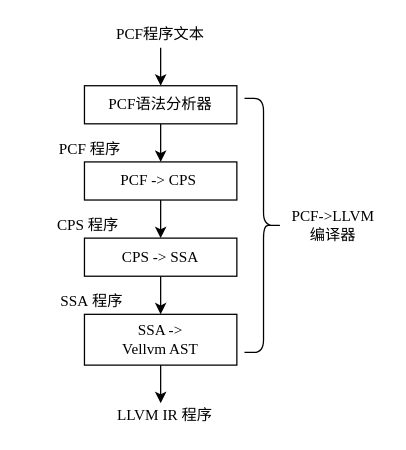
ABigDoge/MyDiagrams keeps this draw.io diagram as llvmfrontbasic.drawio. Above is the earlier version. Source tidied: cells renumbered, new cells numbered last; positions are measured from the earlier drawing's top-left corner, leaving out a move shared by most shapes. Both pictures are drawn from the tidied source at 127%, with x=0, y=0 at pixel (20, 22).
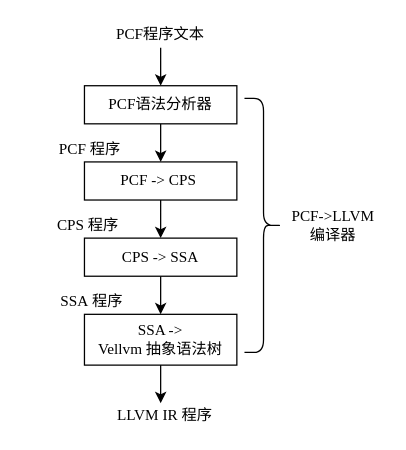
The same diagram, later.

Change to the diagram source:
```diff
@@
 <mxGraphModel>
   <root>
     <mxCell id="0" />
     <mxCell id="1" parent="0" />
     <mxCell id="2" style="edgeStyle=orthogonalEdgeStyle;rounded=0;jettySize=auto;html=1;" parent="1" edge="1" source="3" target="5">
       <mxGeometry relative="1" as="geometry" />
     </mxCell>
     <mxCell id="3" value="&lt;font face=&quot;Times New Roman&quot;&gt;PCF语法分析器&lt;/font&gt;" style="rounded=0;whiteSpace=wrap;html=1;" parent="1" vertex="1">
       <mxGeometry x="50" y="50" width="120" height="30" as="geometry" />
     </mxCell>
     <mxCell id="4" style="edgeStyle=orthogonalEdgeStyle;rounded=0;jettySize=auto;html=1;" parent="1" edge="1" source="5" target="7">
       <mxGeometry relative="1" as="geometry" />
     </mxCell>
     <mxCell id="5" value="&lt;font face=&quot;Times New Roman&quot;&gt;PCF -&amp;gt; CPS&amp;nbsp;&lt;/font&gt;" style="whiteSpace=wrap;html=1;rounded=0;" parent="1" vertex="1">
       <mxGeometry x="50" y="110" width="120" height="30" as="geometry" />
     </mxCell>
     <mxCell id="6" style="edgeStyle=orthogonalEdgeStyle;rounded=0;jettySize=auto;html=1;" parent="1" edge="1" source="7" target="9">
       <mxGeometry relative="1" as="geometry" />
     </mxCell>
     <mxCell id="7" value="&lt;font face=&quot;Times New Roman&quot;&gt;CPS -&amp;gt; SSA&lt;/font&gt;" style="whiteSpace=wrap;html=1;rounded=0;" parent="1" vertex="1">
       <mxGeometry x="50" y="170" width="120" height="30" as="geometry" />
     </mxCell>
     <mxCell id="8" style="edgeStyle=orthogonalEdgeStyle;rounded=0;jettySize=auto;html=1;" parent="1" edge="1" source="9">
       <mxGeometry relative="1" as="geometry">
         <mxPoint x="110" y="300" as="targetPoint" />
       </mxGeometry>
     </mxCell>
-    <mxCell id="9" value="&lt;font face=&quot;Times New Roman&quot;&gt;SSA -&amp;gt; &lt;br&gt;Vellvm AST&lt;/font&gt;" style="whiteSpace=wrap;html=1;rounded=0;" parent="1" vertex="1">
+    <mxCell id="9" value="&lt;font face=&quot;Times New Roman&quot;&gt;SSA -&amp;gt; &lt;br&gt;Vellvm 抽象语法树&lt;/font&gt;" style="whiteSpace=wrap;html=1;rounded=0;" parent="1" vertex="1">
       <mxGeometry x="50" y="230" width="120" height="40" as="geometry" />
     </mxCell>
     <mxCell id="10" style="shape=curlyBracket;whiteSpace=wrap;html=1;rounded=1;flipH=1;" parent="1" vertex="1">
       <mxGeometry x="176" y="60" width="30" height="200" as="geometry" />
     </mxCell>
     <mxCell id="11" value="&lt;font face=&quot;Times New Roman&quot;&gt;PCF-&amp;gt;LLVM&lt;br&gt;编译器&lt;/font&gt;" style="text;html=1;strokeColor=none;fillColor=none;align=center;verticalAlign=middle;whiteSpace=wrap;rounded=0;" parent="1" vertex="1">
       <mxGeometry x="206" y="145" width="80" height="30" as="geometry" />
     </mxCell>
     <mxCell id="12" style="edgeStyle=orthogonalEdgeStyle;rounded=0;jettySize=auto;html=1;" parent="1" edge="1" source="13" target="3">
       <mxGeometry relative="1" as="geometry" />
     </mxCell>
     <mxCell id="13" value="&lt;font face=&quot;Times New Roman&quot;&gt;PCF程序&lt;/font&gt;文本" style="text;html=1;strokeColor=none;fillColor=none;align=center;verticalAlign=middle;whiteSpace=wrap;rounded=0;" parent="1" vertex="1">
       <mxGeometry x="35" width="150" height="20" as="geometry" />
     </mxCell>
     <mxCell id="14" value="&lt;font face=&quot;Times New Roman&quot;&gt;PCF 程序&amp;nbsp;&lt;/font&gt;" style="text;html=1;strokeColor=none;fillColor=none;align=center;verticalAlign=middle;whiteSpace=wrap;rounded=0;" parent="1" vertex="1">
       <mxGeometry x="22.8" y="90" width="65.5" height="20" as="geometry" />
     </mxCell>
     <mxCell id="15" value="&lt;font face=&quot;Times New Roman&quot;&gt;CPS 程序&lt;/font&gt;" style="text;html=1;strokeColor=none;fillColor=none;align=center;verticalAlign=middle;whiteSpace=wrap;rounded=0;" parent="1" vertex="1">
       <mxGeometry x="18.2" y="150" width="70" height="20" as="geometry" />
     </mxCell>
     <mxCell id="16" value="&lt;font face=&quot;Times New Roman&quot;&gt;SSA&amp;nbsp;&lt;/font&gt;程序" style="text;html=1;strokeColor=none;fillColor=none;align=center;verticalAlign=middle;whiteSpace=wrap;rounded=0;" parent="1" vertex="1">
       <mxGeometry x="0.5" y="210" width="110" height="20" as="geometry" />
     </mxCell>
     <mxCell id="17" value="&lt;font face=&quot;Times New Roman&quot;&gt;LLVM IR 程序&amp;nbsp;&lt;/font&gt;" style="text;html=1;strokeColor=none;fillColor=none;align=center;verticalAlign=middle;whiteSpace=wrap;rounded=0;" parent="1" vertex="1">
       <mxGeometry x="50" y="300" width="130" height="20" as="geometry" />
     </mxCell>
     <mxCell id="18" style="edgeStyle=orthogonalEdgeStyle;rounded=0;orthogonalLoop=1;jettySize=auto;html=1;exitX=0.5;exitY=1;exitDx=0;exitDy=0;" parent="1" edge="1" source="15" target="15">
       <mxGeometry relative="1" as="geometry" />
     </mxCell>
   </root>
 </mxGraphModel>
```
